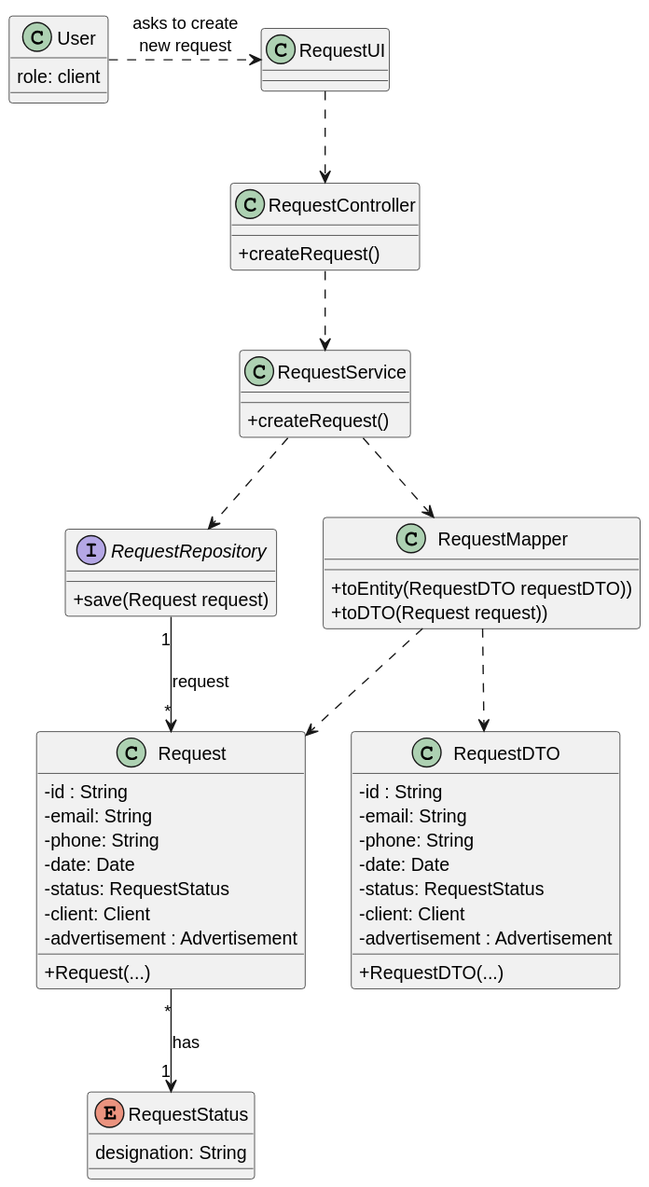
Above: Docs/US16/03-design/US16-CD.svg in vivianeaalmeida/ComeAndGet (PlantUML), before the change. The source it was exported from:
```plantuml
@startuml
skinparam packageStyle rectangle
skinparam shadowing false
skinparam linetype polyline
skinparam classAttributeIconSize 0


class RequestUI {
}

class RequestController {
    + createRequest()
}

class RequestService {
   + createRequest()
}

interface RequestRepository {
    + save(Request request)
}


class Request {
    - id : String
    - email: String
    - phone: String
    - date: Date
    - status: RequestStatus
    - client: Client
    - advertisement : Advertisement
    + Request(...)
}

enum RequestStatus {
    designation: String
}

class RequestMapper {
    + toEntity(RequestDTO requestDTO))
    + toDTO(Request request))
}

class RequestDTO {
    - id : String
    - email: String
    - phone: String
    - date: Date
    - status: RequestStatus
    - client: Client
    - advertisement : Advertisement
    + RequestDTO(...)
}

class User {
role: client
}

User .> RequestUI : asks to create\nnew request
RequestUI ..> RequestController
RequestController ..> RequestService
RequestService ..> RequestRepository
RequestService ..> RequestMapper
RequestMapper ..> Request
RequestMapper ..> RequestDTO
RequestRepository "1" --> "*" Request : request
Request "*" --> "1" RequestStatus : has
@enduml
```
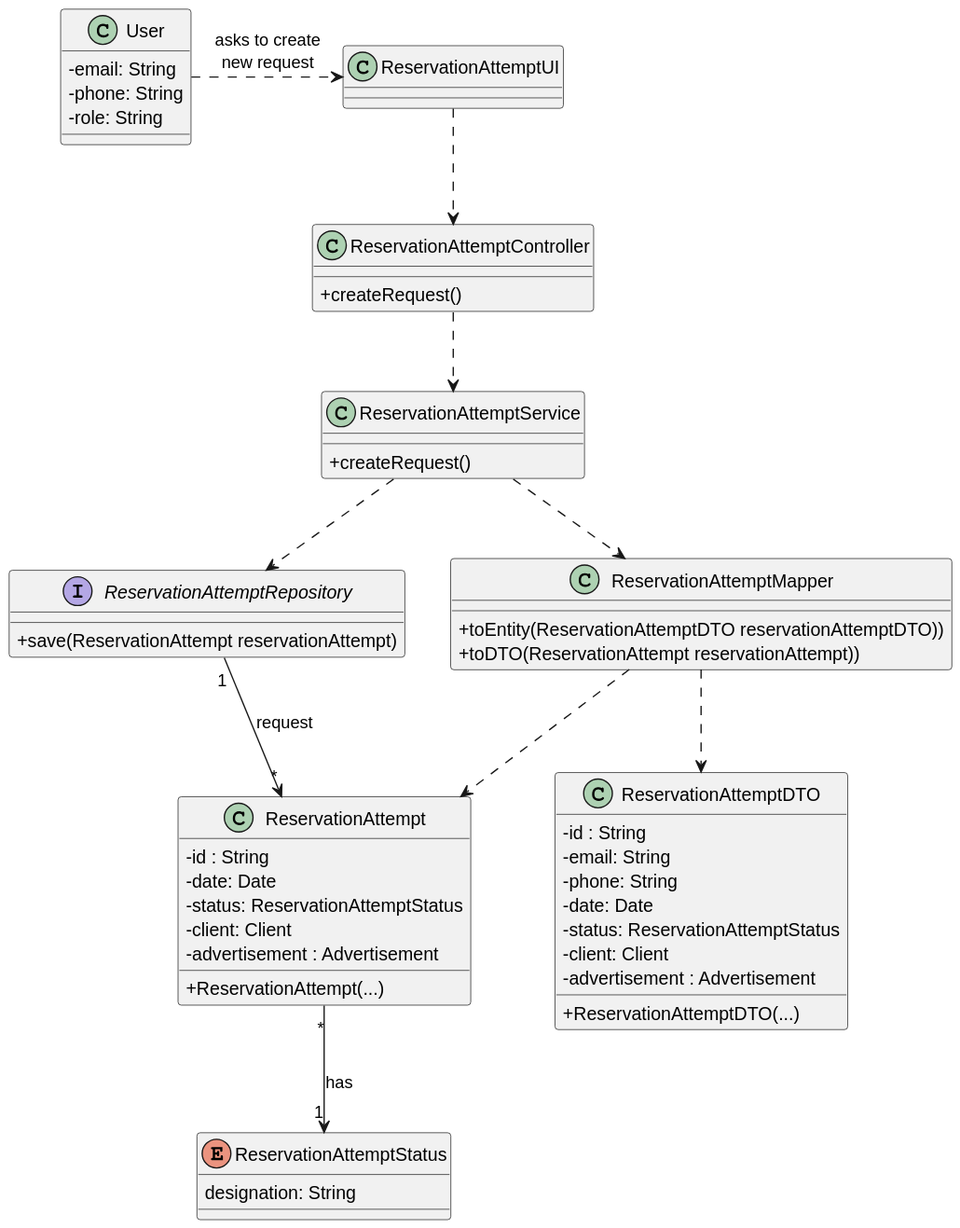
Above is the later version.

The edit, as a diff of the source:
```diff
@@ -5,64 +5,64 @@
 skinparam classAttributeIconSize 0
 
 
-class RequestUI {
+class ReservationAttemptUI {
 }
 
-class RequestController {
+class ReservationAttemptController {
     + createRequest()
 }
 
-class RequestService {
+class ReservationAttemptService {
    + createRequest()
 }
 
-interface RequestRepository {
-    + save(Request request)
+interface ReservationAttemptRepository {
+    + save(ReservationAttempt reservationAttempt)
 }
 
 
-class Request {
+class ReservationAttempt {
+    - id : String
+    - date: Date
+    - status: ReservationAttemptStatus
+    - client: Client
+    - advertisement : Advertisement
+    + ReservationAttempt(...)
+}
+
+enum ReservationAttemptStatus {
+    designation: String
+}
+
+class ReservationAttemptMapper {
+    + toEntity(ReservationAttemptDTO reservationAttemptDTO))
+    + toDTO(ReservationAttempt reservationAttempt))
+}
+
+class ReservationAttemptDTO {
     - id : String
     - email: String
     - phone: String
     - date: Date
-    - status: RequestStatus
+    - status: ReservationAttemptStatus
     - client: Client
     - advertisement : Advertisement
-    + Request(...)
-}
-
-enum RequestStatus {
-    designation: String
-}
-
-class RequestMapper {
-    + toEntity(RequestDTO requestDTO))
-    + toDTO(Request request))
-}
-
-class RequestDTO {
-    - id : String
-    - email: String
-    - phone: String
-    - date: Date
-    - status: RequestStatus
-    - client: Client
-    - advertisement : Advertisement
-    + RequestDTO(...)
+    + ReservationAttemptDTO(...)
 }
 
 class User {
-role: client
+    - email: String
+    - phone: String
+    - role: String
 }
 
-User .> RequestUI : asks to create\nnew request
-RequestUI ..> RequestController
-RequestController ..> RequestService
-RequestService ..> RequestRepository
-RequestService ..> RequestMapper
-RequestMapper ..> Request
-RequestMapper ..> RequestDTO
-RequestRepository "1" --> "*" Request : request
-Request "*" --> "1" RequestStatus : has
+User .> ReservationAttemptUI : asks to create\nnew request
+ReservationAttemptUI ..> ReservationAttemptController
+ReservationAttemptController ..> ReservationAttemptService
+ReservationAttemptService ..> ReservationAttemptRepository
+ReservationAttemptService ..> ReservationAttemptMapper
+ReservationAttemptMapper ..> ReservationAttempt
+ReservationAttemptMapper ..> ReservationAttemptDTO
+ReservationAttemptRepository "1" --> "*" ReservationAttempt : request
+ReservationAttempt "*" --> "1" ReservationAttemptStatus : has
 @enduml
```
